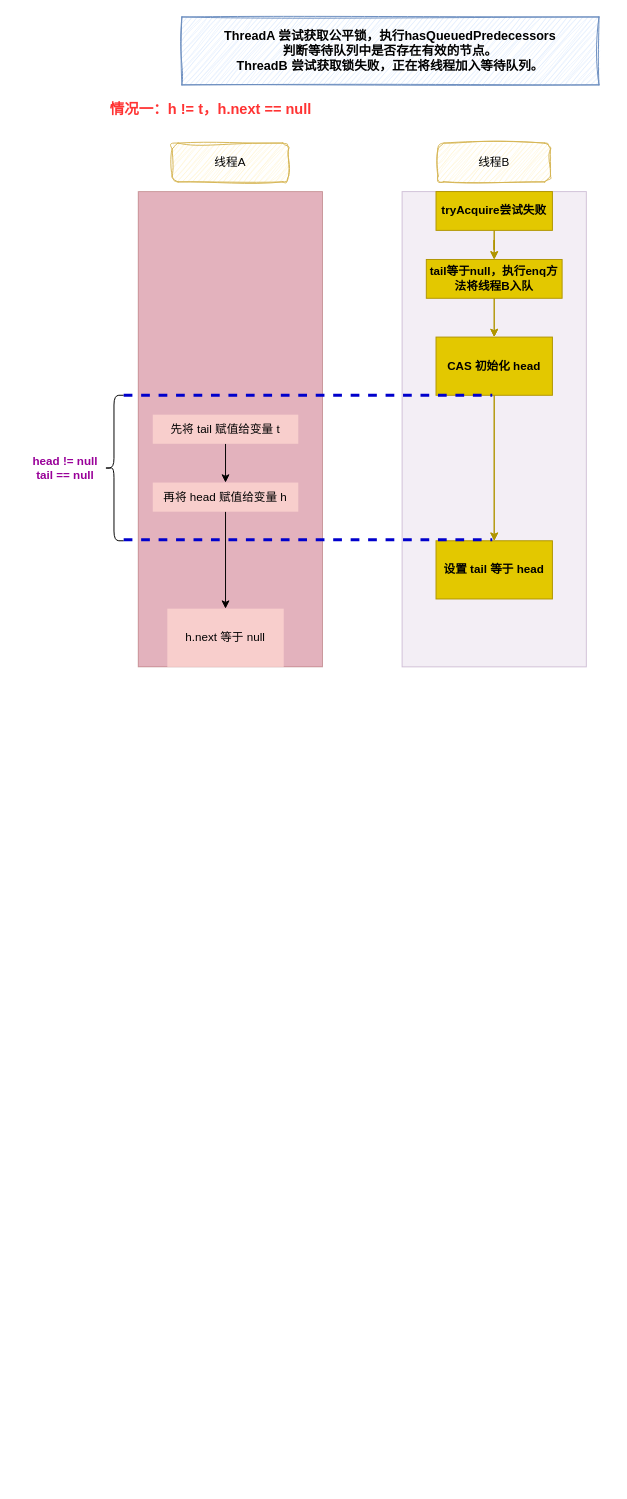
Before: AQS hasQueuedPredecessors.drawio in wsxzei/markdown-photos, a draw.io diagram. Source tidied: cells renumbered, new cells numbered last; positions are measured from the earlier drawing's top-left corner, leaving out a move shared by most shapes. Both pictures are drawn from the tidied source at 97%, with x=0, y=0 at pixel (26, 16).
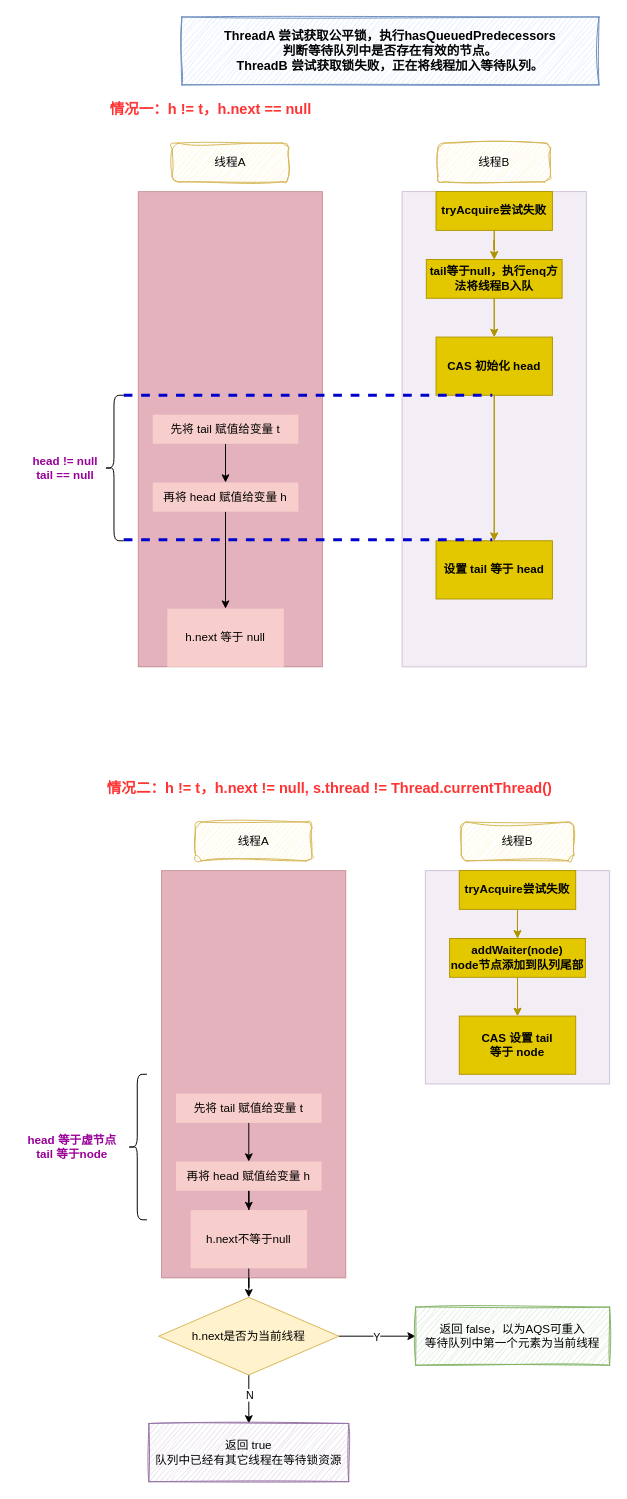
Above is the later version.

The edit, as a diff of the source:
```diff
@@
+    <mxCell id="27" value="情况二：h != t，h.next != null, s.thread != Thread.currentThread()" style="text;html=1;align=center;verticalAlign=middle;whiteSpace=wrap;rounded=0;fontStyle=1;fontSize=15;fontColor=#FF3333;" parent="1" vertex="1">
+      <mxGeometry x="75" y="780" width="475" height="30" as="geometry" />
+    </mxCell>
+    <mxCell id="28" style="rounded=0;whiteSpace=wrap;html=1;fillColor=#a20025;strokeColor=#6F0000;opacity=30;fontColor=#ffffff;" parent="1" vertex="1">
+      <mxGeometry x="139" y="880" width="190" height="420" as="geometry" />
+    </mxCell>
+    <mxCell id="29" style="rounded=0;whiteSpace=wrap;html=1;fillColor=#e1d5e7;strokeColor=#9673a6;opacity=40;" parent="1" vertex="1">
+      <mxGeometry x="411" y="880" width="190" height="220" as="geometry" />
+    </mxCell>
+    <mxCell id="30" value="线程A" style="rounded=1;whiteSpace=wrap;html=1;sketch=1;curveFitting=1;jiggle=2;fillColor=#fff2cc;strokeColor=#d6b656;" parent="1" vertex="1">
+      <mxGeometry x="174" y="830" width="120" height="40" as="geometry" />
+    </mxCell>
+    <mxCell id="31" value="线程B" style="rounded=1;whiteSpace=wrap;html=1;sketch=1;curveFitting=1;jiggle=2;fillColor=#fff2cc;strokeColor=#d6b656;" parent="1" vertex="1">
+      <mxGeometry x="448" y="830" width="116" height="40" as="geometry" />
+    </mxCell>
+    <mxCell id="32" style="edgeStyle=orthogonalEdgeStyle;rounded=0;jettySize=auto;html=1;entryX=0.5;entryY=0;entryDx=0;entryDy=0;strokeColor=#B09500;fillColor=#e3c800;" parent="1" edge="1" source="34" target="37">
+      <mxGeometry relative="1" as="geometry" />
+    </mxCell>
+    <mxCell id="33" style="edgeStyle=orthogonalEdgeStyle;rounded=0;jettySize=auto;html=1;entryX=0.5;entryY=0;entryDx=0;entryDy=0;fillColor=#e3c800;strokeColor=#B09500;" parent="1" edge="1" source="34" target="37">
+      <mxGeometry relative="1" as="geometry" />
+    </mxCell>
+    <mxCell id="34" value="tryAcquire尝试失败" style="rounded=0;whiteSpace=wrap;html=1;strokeColor=#B09500;fillColor=#e3c800;fontColor=#000000;fontStyle=1;" parent="1" vertex="1">
+      <mxGeometry x="446" y="880" width="120" height="40" as="geometry" />
+    </mxCell>
+    <mxCell id="35" style="edgeStyle=orthogonalEdgeStyle;rounded=0;jettySize=auto;html=1;strokeColor=#B09500;fillColor=#e3c800;" parent="1" edge="1" source="37" target="38">
+      <mxGeometry relative="1" as="geometry" />
+    </mxCell>
+    <mxCell id="36" style="edgeStyle=orthogonalEdgeStyle;rounded=0;jettySize=auto;html=1;exitX=0.5;exitY=1;exitDx=0;exitDy=0;fillColor=#e3c800;strokeColor=#B09500;" parent="1" edge="1" source="37" target="38">
+      <mxGeometry relative="1" as="geometry" />
+    </mxCell>
+    <mxCell id="37" value="addWaiter(node)&lt;br&gt;node节点添加到队列尾部" style="rounded=0;whiteSpace=wrap;html=1;strokeColor=#B09500;fillColor=#e3c800;fontColor=#000000;fontStyle=1;" parent="1" vertex="1">
+      <mxGeometry x="436" y="950" width="140" height="40" as="geometry" />
+    </mxCell>
+    <mxCell id="38" value="CAS 设置 tail &lt;br&gt;等于 node" style="whiteSpace=wrap;html=1;rounded=0;strokeColor=#B09500;fillColor=#e3c800;fontColor=#000000;fontStyle=1;" parent="1" vertex="1">
+      <mxGeometry x="446" y="1030" width="120" height="60" as="geometry" />
+    </mxCell>
+    <mxCell id="39" style="edgeStyle=orthogonalEdgeStyle;rounded=0;jettySize=auto;html=1;fillColor=#f8cecc;strokeColor=default;" parent="1" edge="1" source="40" target="42">
+      <mxGeometry relative="1" as="geometry" />
+    </mxCell>
+    <mxCell id="40" value="&lt;div&gt;&lt;span style=&quot;background-color: initial;&quot;&gt;再将 head 赋值给变量 h&lt;/span&gt;&lt;br&gt;&lt;/div&gt;" style="rounded=0;whiteSpace=wrap;html=1;fillColor=#f8cecc;strokeColor=none;" parent="1" vertex="1">
+      <mxGeometry x="154" y="1180" width="150" height="30" as="geometry" />
+    </mxCell>
+    <mxCell id="41" style="edgeStyle=orthogonalEdgeStyle;rounded=0;jettySize=auto;html=1;entryX=0.5;entryY=0;entryDx=0;entryDy=0;" parent="1" edge="1" source="42" target="51">
+      <mxGeometry relative="1" as="geometry" />
+    </mxCell>
+    <mxCell id="42" value="h.next不等于null" style="rounded=0;whiteSpace=wrap;html=1;fillColor=#f8cecc;strokeColor=none;" parent="1" vertex="1">
+      <mxGeometry x="169" y="1230" width="120" height="60" as="geometry" />
+    </mxCell>
+    <mxCell id="43" style="edgeStyle=orthogonalEdgeStyle;rounded=0;jettySize=auto;html=1;entryX=0.5;entryY=0;entryDx=0;entryDy=0;fillColor=#f8cecc;strokeColor=default;" parent="1" edge="1" source="44" target="40">
+      <mxGeometry relative="1" as="geometry" />
+    </mxCell>
+    <mxCell id="44" value="&lt;div&gt;先将 tail 赋值给变量 t&lt;/div&gt;" style="rounded=0;whiteSpace=wrap;html=1;fillColor=#f8cecc;strokeColor=none;" parent="1" vertex="1">
+      <mxGeometry x="154" y="1110" width="150" height="30" as="geometry" />
+    </mxCell>
+    <mxCell id="45" style="shape=curlyBracket;whiteSpace=wrap;html=1;rounded=1;labelPosition=left;verticalLabelPosition=middle;align=right;verticalAlign=middle;" parent="1" vertex="1">
+      <mxGeometry x="104" y="1090" width="20" height="150" as="geometry" />
+    </mxCell>
+    <mxCell id="46" value="head 等于虚节点&lt;br&gt;tail 等于node" style="text;html=1;align=center;verticalAlign=middle;whiteSpace=wrap;rounded=0;fontStyle=1;fontColor=#990099;" parent="1" vertex="1">
+      <mxGeometry x="-10" y="1140" width="114" height="50" as="geometry" />
+    </mxCell>
+    <mxCell id="47" style="edgeStyle=orthogonalEdgeStyle;rounded=0;jettySize=auto;html=1;entryX=0;entryY=0.5;entryDx=0;entryDy=0;" parent="1" edge="1" source="51" target="52">
+      <mxGeometry relative="1" as="geometry" />
+    </mxCell>
+    <mxCell id="48" value="Y" style="edgeLabel;html=1;align=center;verticalAlign=middle;" parent="47" vertex="1">
+      <mxGeometry x="-0.04" y="-3" relative="1" as="geometry">
+        <mxPoint y="-3" as="offset" />
+      </mxGeometry>
+    </mxCell>
+    <mxCell id="49" style="edgeStyle=orthogonalEdgeStyle;rounded=0;jettySize=auto;html=1;" parent="1" edge="1" source="51" target="53">
+      <mxGeometry relative="1" as="geometry" />
+    </mxCell>
+    <mxCell id="50" value="N" style="edgeLabel;html=1;align=center;verticalAlign=middle;" parent="49" vertex="1">
+      <mxGeometry x="-0.19" relative="1" as="geometry" />
+    </mxCell>
+    <mxCell id="51" value="h.next是否为当前线程" style="rhombus;whiteSpace=wrap;html=1;fillColor=#fff2cc;strokeColor=#d6b656;" parent="1" vertex="1">
+      <mxGeometry x="136" y="1320" width="186" height="80" as="geometry" />
+    </mxCell>
+    <mxCell id="52" value="返回 false，以为AQS可重入&lt;br&gt;等待队列中第一个元素为当前线程" style="rounded=0;whiteSpace=wrap;html=1;fillColor=#d5e8d4;strokeColor=#82b366;shadow=0;textShadow=0;glass=0;sketch=1;curveFitting=1;jiggle=2;" parent="1" vertex="1">
+      <mxGeometry x="401" y="1330" width="200" height="60" as="geometry" />
+    </mxCell>
+    <mxCell id="53" value="返回 true&lt;br&gt;队列中已经有其它线程在等待锁资源" style="whiteSpace=wrap;html=1;fillColor=#e1d5e7;strokeColor=#9673a6;sketch=1;curveFitting=1;jiggle=2;" parent="1" vertex="1">
+      <mxGeometry x="126" y="1450" width="206" height="60" as="geometry" />
+    </mxCell>
```
